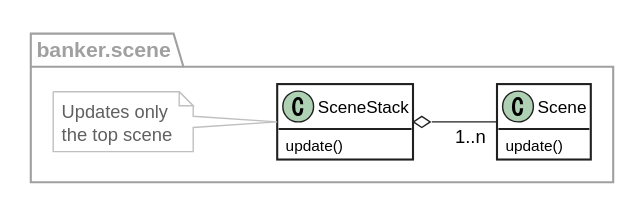
Earlier version of the PlantUML export docs/scene.svg (fal-works/broker). Source of this version:
```plantuml
@startuml scene


skinparam shadowing false
skinparam backgroundColor White
skinparam package {
  BorderColor #A0A0A0
  FontColor #A0A0A0
}
skinparam class {
  BackgroundColor White
  ArrowColor #202020
  BorderColor #202020
  FontColor #000000
}
skinparam note {
  BackgroundColor White
  FontColor #606060
  BorderColor #C0C0C0
}
skinparam stereotypeIBackgroundColor Lavender
hide empty members


package banker.scene {
  left to right direction
	class Scene {
    update()
  }
	class SceneStack {
    update()
  }

  SceneStack o-- "1..n" Scene

  note left of SceneStack
  Updates only
  the top scene
  end note
}

@enduml
```
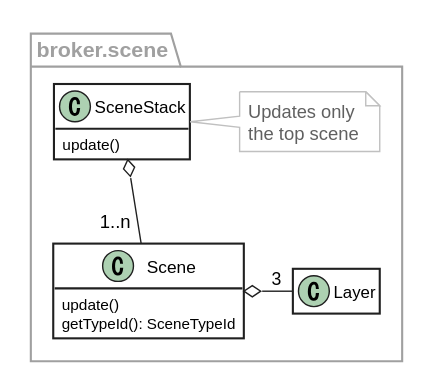
Later version of the same file.

Diff of the diagram source:
```diff
@@ -22,18 +22,21 @@
 hide empty members
 
 
-package banker.scene {
-  left to right direction
+package broker.scene {
 	class Scene {
     update()
+    getTypeId(): SceneTypeId
   }
 	class SceneStack {
     update()
   }
+  class Layer {
+  }
 
-  SceneStack o-- "1..n" Scene
+  SceneStack o-- "1..n " Scene
+  Scene o-r- "3" Layer
 
-  note left of SceneStack
+  note right of SceneStack
   Updates only
   the top scene
   end note
```
